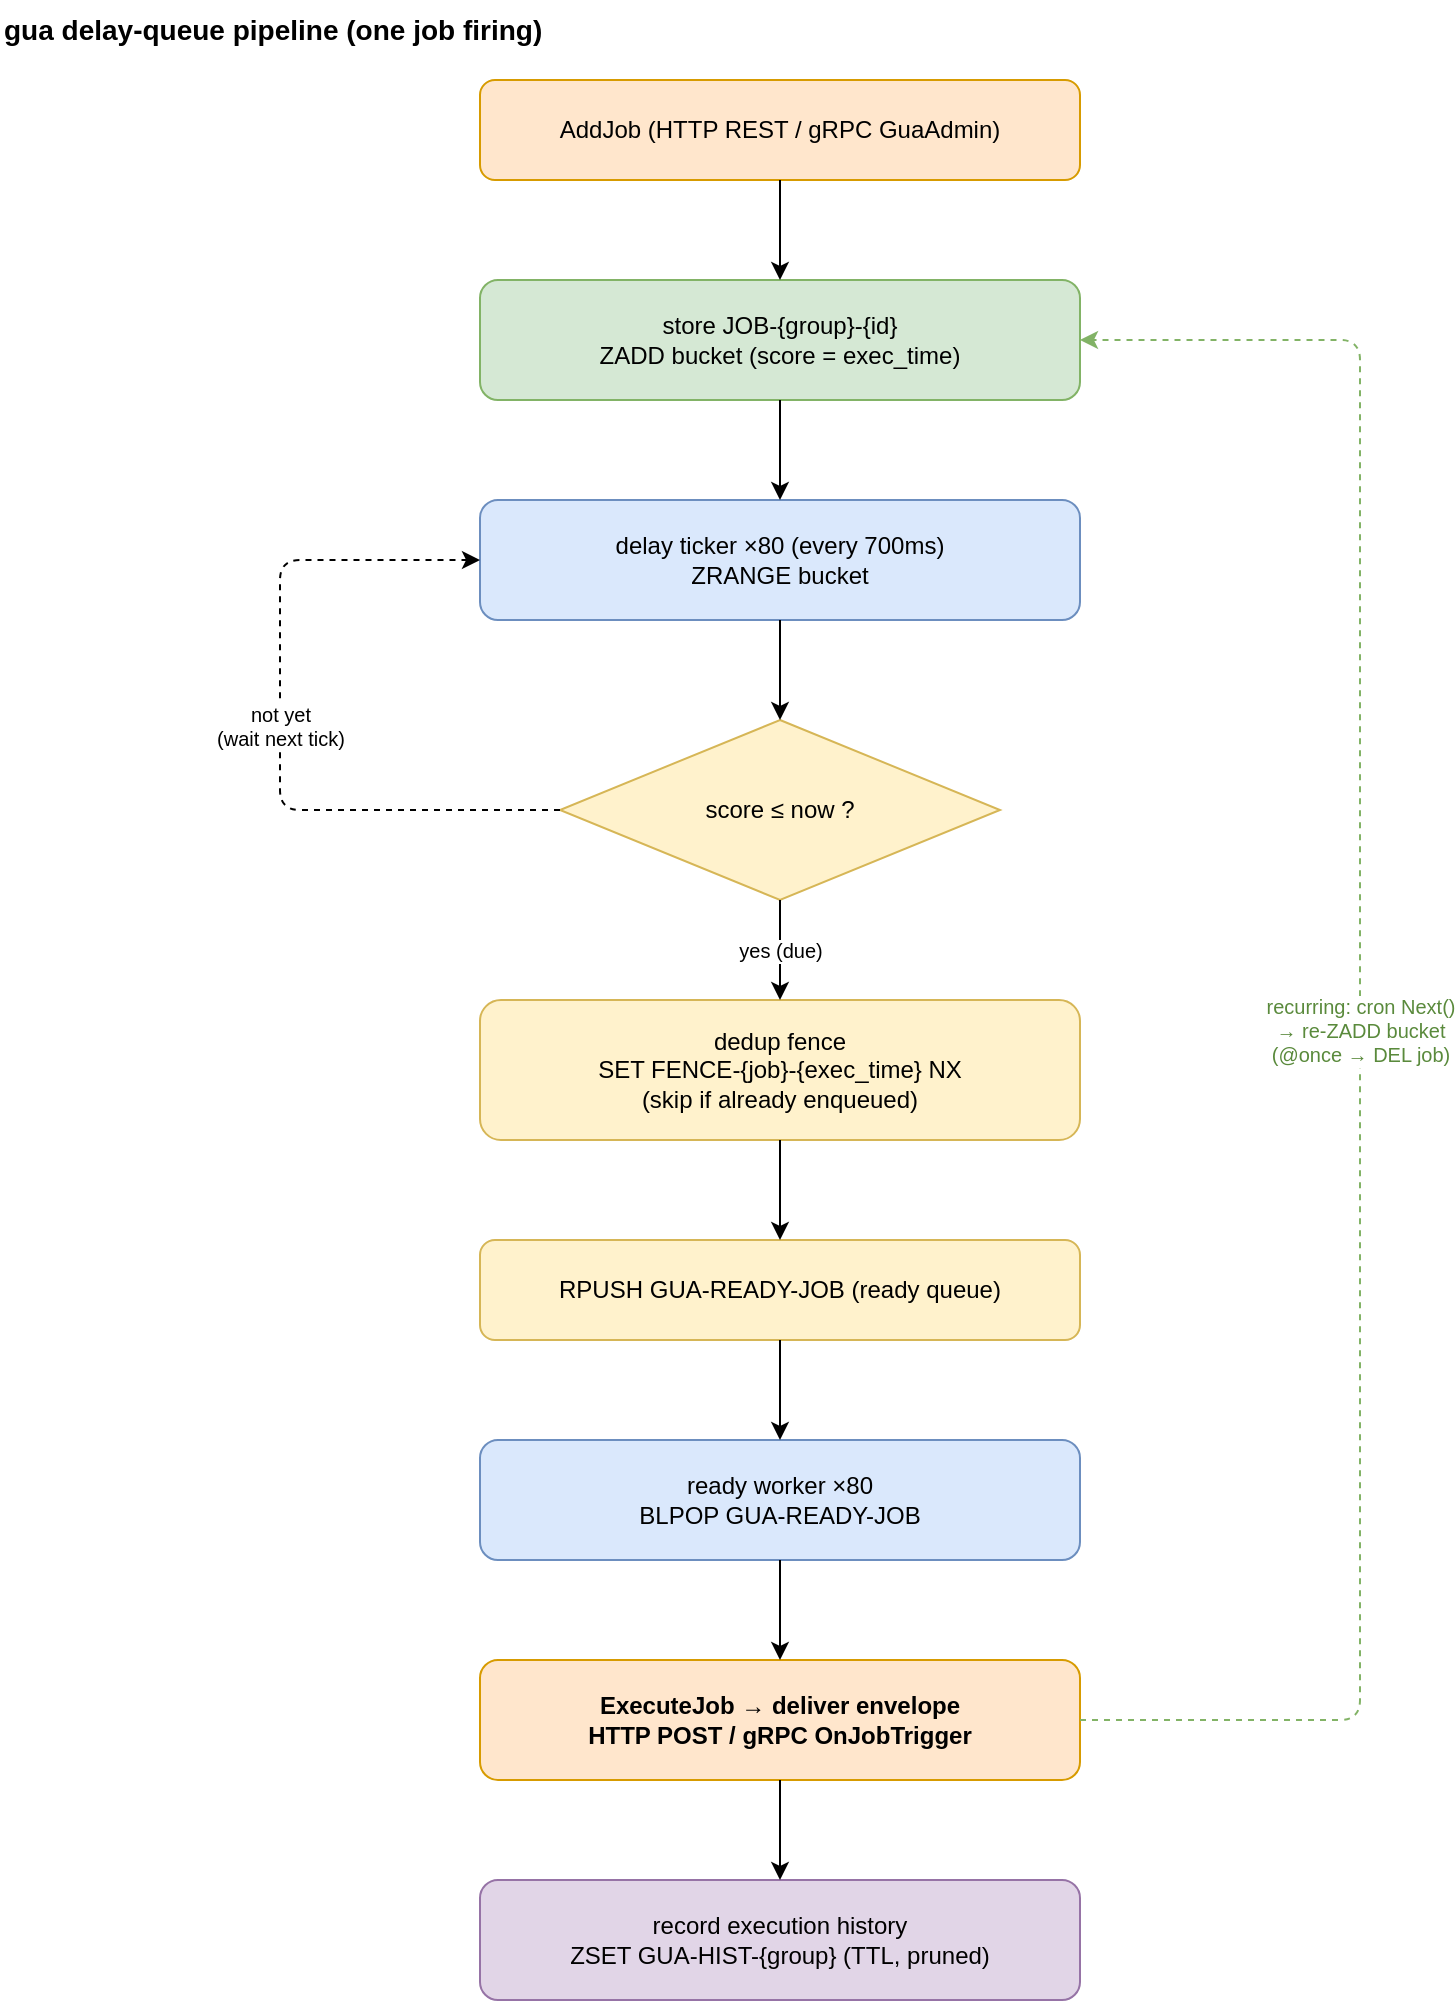
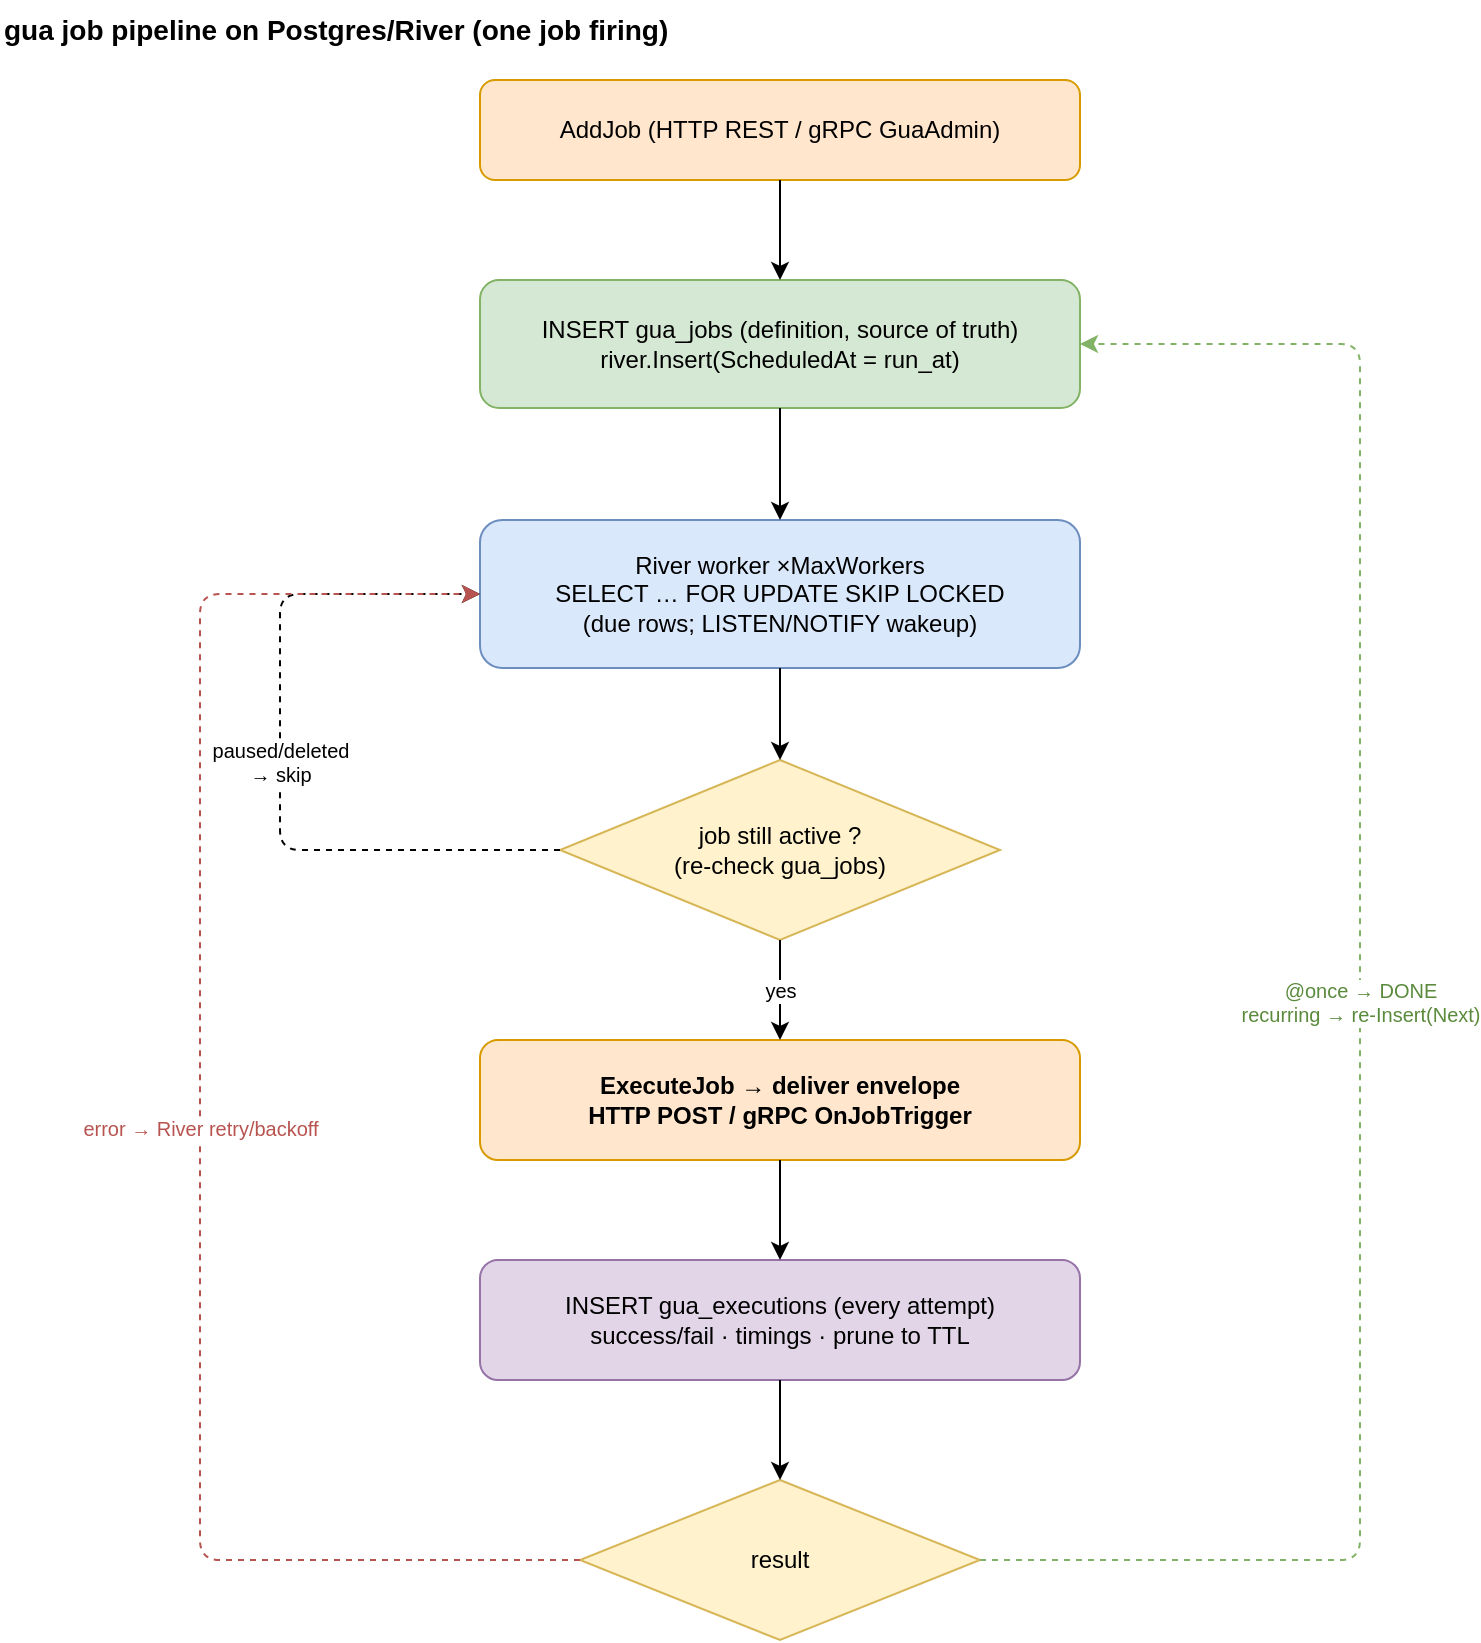
<?xml version="1.0" encoding="UTF-8"?>
<mxfile host="drawio" version="26.0.0">
  <diagram name="gua-pipeline">
-     <mxGraphModel dx="800" dy="900" grid="1" gridSize="10" guides="1" tooltips="1" connect="1" arrows="1" fold="1" page="1" pageScale="1" pageWidth="850" pageHeight="1120" math="0" shadow="0">
+     <mxGraphModel dx="800" dy="800" grid="1" gridSize="10" guides="1" tooltips="1" connect="1" arrows="1" fold="1" page="1" pageScale="1" pageWidth="860" pageHeight="960" math="0" shadow="0">
      <root>
        <mxCell id="0" />
        <mxCell id="1" parent="0" />
-         <mxCell id="title" value="gua delay-queue pipeline (one job firing)" style="text;html=1;strokeColor=none;fillColor=none;align=left;verticalAlign=middle;fontStyle=1;fontSize=14;" vertex="1" parent="1">
-           <mxGeometry x="40" y="20" width="520" height="30" as="geometry" />
+         <mxCell id="title" value="gua job pipeline on Postgres/River (one job firing)" style="text;html=1;strokeColor=none;fillColor=none;align=left;verticalAlign=middle;fontStyle=1;fontSize=14;" vertex="1" parent="1">
+           <mxGeometry x="40" y="20" width="600" height="30" as="geometry" />
        </mxCell>
        <mxCell id="add" value="AddJob  (HTTP REST / gRPC GuaAdmin)" style="rounded=1;whiteSpace=wrap;html=1;fillColor=#ffe6cc;strokeColor=#d79b00;" vertex="1" parent="1">
          <mxGeometry x="280" y="60" width="300" height="50" as="geometry" />
        </mxCell>
-         <mxCell id="store" value="store JOB-{group}-{id}&#xa;ZADD bucket  (score = exec_time)" style="rounded=1;whiteSpace=wrap;html=1;fillColor=#d5e8d4;strokeColor=#82b366;" vertex="1" parent="1">
-           <mxGeometry x="280" y="160" width="300" height="60" as="geometry" />
+         <mxCell id="store" value="INSERT gua_jobs  (definition, source of truth)&#xa;river.Insert(ScheduledAt = run_at)" style="rounded=1;whiteSpace=wrap;html=1;fillColor=#d5e8d4;strokeColor=#82b366;" vertex="1" parent="1">
+           <mxGeometry x="280" y="160" width="300" height="64" as="geometry" />
        </mxCell>
-         <mxCell id="tick" value="delay ticker ×80  (every 700ms)&#xa;ZRANGE bucket" style="rounded=1;whiteSpace=wrap;html=1;fillColor=#dae8fc;strokeColor=#6c8ebf;" vertex="1" parent="1">
-           <mxGeometry x="280" y="270" width="300" height="60" as="geometry" />
+         <mxCell id="dequeue" value="River worker ×MaxWorkers&#xa;SELECT … FOR UPDATE SKIP LOCKED&#xa;(due rows; LISTEN/NOTIFY wakeup)" style="rounded=1;whiteSpace=wrap;html=1;fillColor=#dae8fc;strokeColor=#6c8ebf;" vertex="1" parent="1">
+           <mxGeometry x="280" y="280" width="300" height="74" as="geometry" />
        </mxCell>
-         <mxCell id="due" value="score ≤ now ?" style="rhombus;whiteSpace=wrap;html=1;fillColor=#fff2cc;strokeColor=#d6b656;" vertex="1" parent="1">
-           <mxGeometry x="320" y="380" width="220" height="90" as="geometry" />
-         </mxCell>
-         <mxCell id="fence" value="dedup fence&#xa;SET FENCE-{job}-{exec_time} NX&#xa;(skip if already enqueued)" style="rounded=1;whiteSpace=wrap;html=1;fillColor=#fff2cc;strokeColor=#d6b656;" vertex="1" parent="1">
-           <mxGeometry x="280" y="520" width="300" height="70" as="geometry" />
-         </mxCell>
-         <mxCell id="rpush" value="RPUSH GUA-READY-JOB  (ready queue)" style="rounded=1;whiteSpace=wrap;html=1;fillColor=#fff2cc;strokeColor=#d6b656;" vertex="1" parent="1">
-           <mxGeometry x="280" y="640" width="300" height="50" as="geometry" />
-         </mxCell>
-         <mxCell id="worker" value="ready worker ×80&#xa;BLPOP GUA-READY-JOB" style="rounded=1;whiteSpace=wrap;html=1;fillColor=#dae8fc;strokeColor=#6c8ebf;" vertex="1" parent="1">
-           <mxGeometry x="280" y="740" width="300" height="60" as="geometry" />
+         <mxCell id="active" value="job still active ?&#xa;(re-check gua_jobs)" style="rhombus;whiteSpace=wrap;html=1;fillColor=#fff2cc;strokeColor=#d6b656;" vertex="1" parent="1">
+           <mxGeometry x="320" y="400" width="220" height="90" as="geometry" />
        </mxCell>
        <mxCell id="exec" value="ExecuteJob  →  deliver envelope&#xa;HTTP POST  /  gRPC OnJobTrigger" style="rounded=1;whiteSpace=wrap;html=1;fillColor=#ffe6cc;strokeColor=#d79b00;fontStyle=1;" vertex="1" parent="1">
-           <mxGeometry x="280" y="850" width="300" height="60" as="geometry" />
+           <mxGeometry x="280" y="540" width="300" height="60" as="geometry" />
        </mxCell>
-         <mxCell id="hist" value="record execution history&#xa;ZSET GUA-HIST-{group}  (TTL, pruned)" style="rounded=1;whiteSpace=wrap;html=1;fillColor=#e1d5e7;strokeColor=#9673a6;" vertex="1" parent="1">
-           <mxGeometry x="280" y="960" width="300" height="60" as="geometry" />
+         <mxCell id="hist" value="INSERT gua_executions  (every attempt)&#xa;success/fail · timings · prune to TTL" style="rounded=1;whiteSpace=wrap;html=1;fillColor=#e1d5e7;strokeColor=#9673a6;" vertex="1" parent="1">
+           <mxGeometry x="280" y="650" width="300" height="60" as="geometry" />
        </mxCell>
-         <mxCell id="e1" value="" style="edgeStyle=orthogonalEdgeStyle;rounded=1;orthogonalLoop=1;jettySize=auto;html=1;exitX=0.5;exitY=1;exitDx=0;exitDy=0;entryX=0.5;entryY=0;entryDx=0;entryDy=0;" edge="1" parent="1" source="add" target="store">
+         <mxCell id="result" value="result" style="rhombus;whiteSpace=wrap;html=1;fillColor=#fff2cc;strokeColor=#d6b656;" vertex="1" parent="1">
+           <mxGeometry x="330" y="760" width="200" height="80" as="geometry" />
+         </mxCell>
+         <mxCell id="e1" value="" style="edgeStyle=orthogonalEdgeStyle;rounded=1;orthogonalLoop=1;jettySize=auto;html=1;exitX=0.5;exitY=1;entryX=0.5;entryY=0;" edge="1" parent="1" source="add" target="store">
          <mxGeometry relative="1" as="geometry" />
        </mxCell>
-         <mxCell id="e2" value="" style="edgeStyle=orthogonalEdgeStyle;rounded=1;orthogonalLoop=1;jettySize=auto;html=1;exitX=0.5;exitY=1;exitDx=0;exitDy=0;entryX=0.5;entryY=0;entryDx=0;entryDy=0;" edge="1" parent="1" source="store" target="tick">
+         <mxCell id="e2" value="" style="edgeStyle=orthogonalEdgeStyle;rounded=1;orthogonalLoop=1;jettySize=auto;html=1;exitX=0.5;exitY=1;entryX=0.5;entryY=0;" edge="1" parent="1" source="store" target="dequeue">
          <mxGeometry relative="1" as="geometry" />
        </mxCell>
-         <mxCell id="e3" value="" style="edgeStyle=orthogonalEdgeStyle;rounded=1;orthogonalLoop=1;jettySize=auto;html=1;exitX=0.5;exitY=1;exitDx=0;exitDy=0;entryX=0.5;entryY=0;entryDx=0;entryDy=0;" edge="1" parent="1" source="tick" target="due">
+         <mxCell id="e3" value="" style="edgeStyle=orthogonalEdgeStyle;rounded=1;orthogonalLoop=1;jettySize=auto;html=1;exitX=0.5;exitY=1;entryX=0.5;entryY=0;" edge="1" parent="1" source="dequeue" target="active">
          <mxGeometry relative="1" as="geometry" />
        </mxCell>
-         <mxCell id="e4" value="yes (due)" style="edgeStyle=orthogonalEdgeStyle;rounded=1;orthogonalLoop=1;jettySize=auto;html=1;exitX=0.5;exitY=1;exitDx=0;exitDy=0;entryX=0.5;entryY=0;entryDx=0;entryDy=0;fontSize=10;" edge="1" parent="1" source="due" target="fence">
+         <mxCell id="e4" value="yes" style="edgeStyle=orthogonalEdgeStyle;rounded=1;orthogonalLoop=1;jettySize=auto;html=1;exitX=0.5;exitY=1;entryX=0.5;entryY=0;fontSize=10;" edge="1" parent="1" source="active" target="exec">
          <mxGeometry relative="1" as="geometry" />
        </mxCell>
-         <mxCell id="e_no" value="not yet&#xa;(wait next tick)" style="edgeStyle=orthogonalEdgeStyle;rounded=1;orthogonalLoop=1;jettySize=auto;html=1;exitX=0;exitY=0.5;exitDx=0;exitDy=0;entryX=0;entryY=0.5;entryDx=0;entryDy=0;fontSize=10;dashed=1;" edge="1" parent="1" source="due" target="tick">
+         <mxCell id="e_no" value="paused/deleted&#xa;→ skip" style="edgeStyle=orthogonalEdgeStyle;rounded=1;orthogonalLoop=1;jettySize=auto;html=1;exitX=0;exitY=0.5;entryX=0;entryY=0.5;fontSize=10;dashed=1;" edge="1" parent="1" source="active" target="dequeue">
          <mxGeometry relative="1" as="geometry">
-             <Array as="points"><mxPoint x="180" y="425" /><mxPoint x="180" y="300" /></Array>
+             <Array as="points"><mxPoint x="180" y="445" /><mxPoint x="180" y="317" /></Array>
          </mxGeometry>
        </mxCell>
-         <mxCell id="e5" value="" style="edgeStyle=orthogonalEdgeStyle;rounded=1;orthogonalLoop=1;jettySize=auto;html=1;exitX=0.5;exitY=1;exitDx=0;exitDy=0;entryX=0.5;entryY=0;entryDx=0;entryDy=0;" edge="1" parent="1" source="fence" target="rpush">
+         <mxCell id="e5" value="" style="edgeStyle=orthogonalEdgeStyle;rounded=1;orthogonalLoop=1;jettySize=auto;html=1;exitX=0.5;exitY=1;entryX=0.5;entryY=0;" edge="1" parent="1" source="exec" target="hist">
          <mxGeometry relative="1" as="geometry" />
        </mxCell>
-         <mxCell id="e6" value="" style="edgeStyle=orthogonalEdgeStyle;rounded=1;orthogonalLoop=1;jettySize=auto;html=1;exitX=0.5;exitY=1;exitDx=0;exitDy=0;entryX=0.5;entryY=0;entryDx=0;entryDy=0;" edge="1" parent="1" source="rpush" target="worker">
+         <mxCell id="e6" value="" style="edgeStyle=orthogonalEdgeStyle;rounded=1;orthogonalLoop=1;jettySize=auto;html=1;exitX=0.5;exitY=1;entryX=0.5;entryY=0;" edge="1" parent="1" source="hist" target="result">
          <mxGeometry relative="1" as="geometry" />
        </mxCell>
-         <mxCell id="e7" value="" style="edgeStyle=orthogonalEdgeStyle;rounded=1;orthogonalLoop=1;jettySize=auto;html=1;exitX=0.5;exitY=1;exitDx=0;exitDy=0;entryX=0.5;entryY=0;entryDx=0;entryDy=0;" edge="1" parent="1" source="worker" target="exec">
-           <mxGeometry relative="1" as="geometry" />
+         <mxCell id="e_ok" value="@once → DONE&#xa;recurring → re-Insert(Next)" style="edgeStyle=orthogonalEdgeStyle;rounded=1;orthogonalLoop=1;jettySize=auto;html=1;exitX=1;exitY=0.5;entryX=1;entryY=0.5;fontSize=10;strokeColor=#82b366;fontColor=#5a8a3c;dashed=1;" edge="1" parent="1" source="result" target="store">
+           <mxGeometry relative="1" as="geometry">
+             <Array as="points"><mxPoint x="720" y="800" /><mxPoint x="720" y="192" /></Array>
+           </mxGeometry>
        </mxCell>
-         <mxCell id="e8" value="" style="edgeStyle=orthogonalEdgeStyle;rounded=1;orthogonalLoop=1;jettySize=auto;html=1;exitX=0.5;exitY=1;exitDx=0;exitDy=0;entryX=0.5;entryY=0;entryDx=0;entryDy=0;" edge="1" parent="1" source="exec" target="hist">
-           <mxGeometry relative="1" as="geometry" />
-         </mxCell>
-         <mxCell id="e_recur" value="recurring: cron Next()&#xa;→ re-ZADD bucket&#xa;(@once → DEL job)" style="edgeStyle=orthogonalEdgeStyle;rounded=1;orthogonalLoop=1;jettySize=auto;html=1;exitX=1;exitY=0.5;exitDx=0;exitDy=0;entryX=1;entryY=0.5;entryDx=0;entryDy=0;fontSize=10;strokeColor=#82b366;fontColor=#5a8a3c;dashed=1;" edge="1" parent="1" source="exec" target="store">
+         <mxCell id="e_fail" value="error → River retry/backoff" style="edgeStyle=orthogonalEdgeStyle;rounded=1;orthogonalLoop=1;jettySize=auto;html=1;exitX=0;exitY=0.5;entryX=0;entryY=0.5;fontSize=10;strokeColor=#b85450;fontColor=#b85450;dashed=1;" edge="1" parent="1" source="result" target="dequeue">
          <mxGeometry relative="1" as="geometry">
-             <Array as="points"><mxPoint x="720" y="880" /><mxPoint x="720" y="190" /></Array>
+             <Array as="points"><mxPoint x="140" y="800" /><mxPoint x="140" y="317" /></Array>
          </mxGeometry>
        </mxCell>
      </root>
    </mxGraphModel>
  </diagram>
</mxfile>
